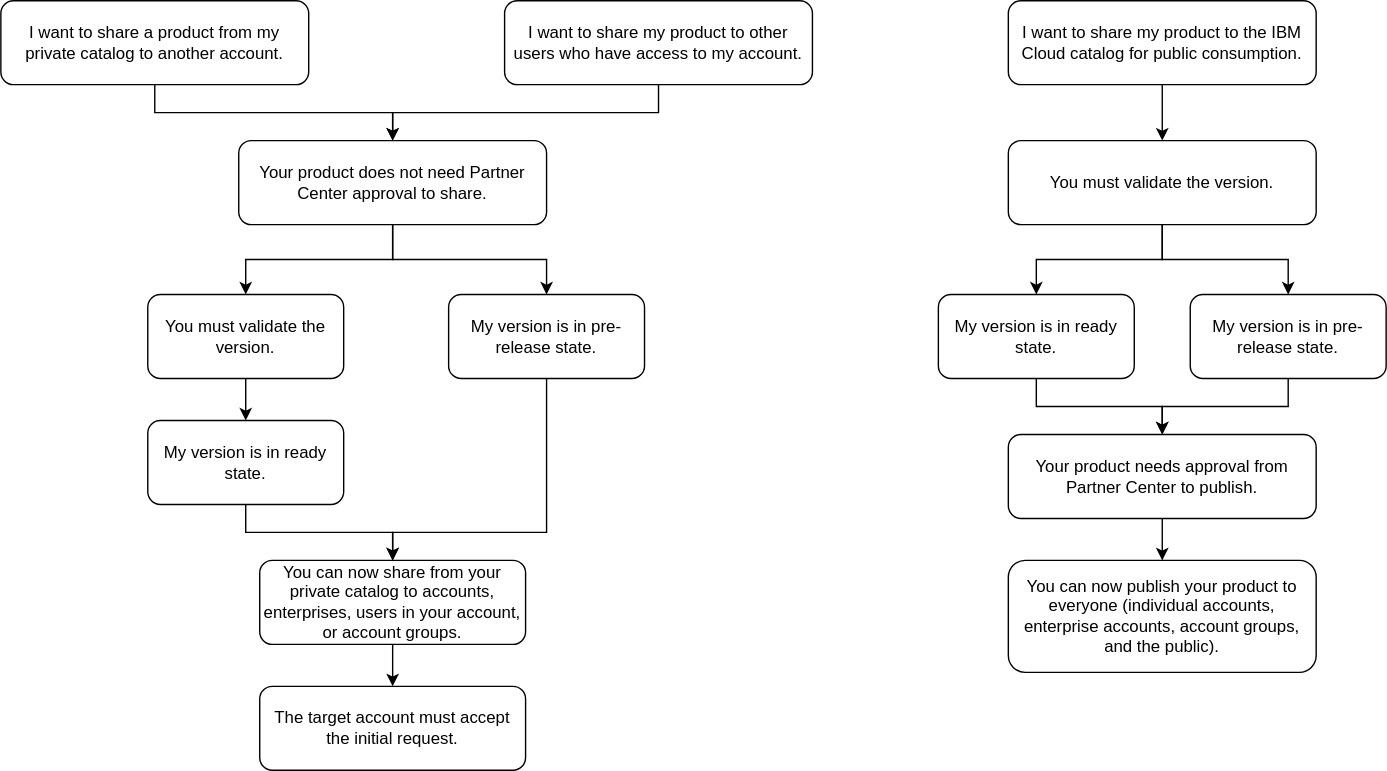
Earlier version of the draw.io export images/share-product-private-catalog.svg (ibm-cloud-docs/account). Source tidied: cells renumbered, new cells last; positions are measured from the earlier drawing's top-left corner, leaving out a move shared by most shapes. Its diagram source:
```xml
<mxGraphModel>
  <root>
    <mxCell id="0" />
    <mxCell id="1" parent="0" />
    <mxCell id="2" style="edgeStyle=orthogonalEdgeStyle;rounded=0;jettySize=auto;html=1;exitX=0.5;exitY=1;exitDx=0;exitDy=0;entryX=0.5;entryY=0;entryDx=0;entryDy=0;" parent="1" edge="1" source="3" target="24">
      <mxGeometry relative="1" as="geometry" />
    </mxCell>
    <mxCell id="3" value="Your product needs approval from Partner Center to publish." style="rounded=1;whiteSpace=wrap;html=1;fontSize=12;glass=0;strokeWidth=1;shadow=0;" parent="1" vertex="1">
      <mxGeometry x="720" y="310" width="220" height="60" as="geometry" />
    </mxCell>
    <mxCell id="4" style="edgeStyle=orthogonalEdgeStyle;rounded=0;jettySize=auto;html=1;exitX=0.5;exitY=1;exitDx=0;exitDy=0;entryX=0.5;entryY=0;entryDx=0;entryDy=0;" parent="1" edge="1" source="5" target="8">
      <mxGeometry relative="1" as="geometry" />
    </mxCell>
    <mxCell id="5" value="I want to share a product from my private catalog to another account." style="rounded=1;whiteSpace=wrap;html=1;fontSize=12;glass=0;strokeWidth=1;shadow=0;" parent="1" vertex="1">
      <mxGeometry width="220" height="60" as="geometry" />
    </mxCell>
    <mxCell id="6" style="edgeStyle=orthogonalEdgeStyle;rounded=0;jettySize=auto;html=1;exitX=0.5;exitY=1;exitDx=0;exitDy=0;entryX=0.5;entryY=0;entryDx=0;entryDy=0;" parent="1" edge="1" source="8" target="14">
      <mxGeometry relative="1" as="geometry" />
    </mxCell>
    <mxCell id="7" style="edgeStyle=orthogonalEdgeStyle;rounded=0;jettySize=auto;html=1;exitX=0.5;exitY=1;exitDx=0;exitDy=0;entryX=0.5;entryY=0;entryDx=0;entryDy=0;" parent="1" edge="1" source="8" target="16">
      <mxGeometry relative="1" as="geometry" />
    </mxCell>
    <mxCell id="8" value="Your product does not need Partner Center approval to share." style="rounded=1;whiteSpace=wrap;html=1;fontSize=12;glass=0;strokeWidth=1;shadow=0;" parent="1" vertex="1">
      <mxGeometry x="170" y="100" width="220" height="60" as="geometry" />
    </mxCell>
    <mxCell id="9" style="edgeStyle=orthogonalEdgeStyle;rounded=0;jettySize=auto;html=1;exitX=0.5;exitY=1;exitDx=0;exitDy=0;entryX=0.5;entryY=0;entryDx=0;entryDy=0;" parent="1" edge="1" source="10" target="29">
      <mxGeometry relative="1" as="geometry" />
    </mxCell>
    <mxCell id="10" value="You can now share from your private catalog to accounts, enterprises, users in your account, or account groups." style="rounded=1;whiteSpace=wrap;html=1;fontSize=12;glass=0;strokeWidth=1;shadow=0;" parent="1" vertex="1">
      <mxGeometry x="185" y="400" width="190" height="60" as="geometry" />
    </mxCell>
    <mxCell id="11" style="edgeStyle=orthogonalEdgeStyle;rounded=0;jettySize=auto;html=1;exitX=0.5;exitY=1;exitDx=0;exitDy=0;entryX=0.5;entryY=0;entryDx=0;entryDy=0;" parent="1" edge="1" source="12" target="19">
      <mxGeometry relative="1" as="geometry" />
    </mxCell>
    <mxCell id="12" value="I want to share my product to the IBM Cloud catalog for public consumption." style="rounded=1;whiteSpace=wrap;html=1;fontSize=12;glass=0;strokeWidth=1;shadow=0;" parent="1" vertex="1">
      <mxGeometry x="720" width="220" height="60" as="geometry" />
    </mxCell>
    <mxCell id="13" style="edgeStyle=orthogonalEdgeStyle;rounded=0;jettySize=auto;html=1;exitX=0.5;exitY=1;exitDx=0;exitDy=0;" parent="1" edge="1" source="14" target="23">
      <mxGeometry relative="1" as="geometry" />
    </mxCell>
    <mxCell id="14" value="You must validate the version." style="rounded=1;whiteSpace=wrap;html=1;fontSize=12;glass=0;strokeWidth=1;shadow=0;" parent="1" vertex="1">
      <mxGeometry x="105" y="210" width="140" height="60" as="geometry" />
    </mxCell>
    <mxCell id="15" style="edgeStyle=orthogonalEdgeStyle;rounded=0;jettySize=auto;html=1;exitX=0.5;exitY=1;exitDx=0;exitDy=0;entryX=0.5;entryY=0;entryDx=0;entryDy=0;" parent="1" edge="1" source="16" target="10">
      <mxGeometry relative="1" as="geometry">
        <Array as="points">
          <mxPoint x="390" y="380" />
          <mxPoint x="280" y="380" />
        </Array>
      </mxGeometry>
    </mxCell>
    <mxCell id="16" value="My version is in pre-release state." style="rounded=1;whiteSpace=wrap;html=1;fontSize=12;glass=0;strokeWidth=1;shadow=0;" parent="1" vertex="1">
      <mxGeometry x="320" y="210" width="140" height="60" as="geometry" />
    </mxCell>
    <mxCell id="17" style="edgeStyle=orthogonalEdgeStyle;rounded=0;jettySize=auto;html=1;exitX=0.5;exitY=1;exitDx=0;exitDy=0;entryX=0.5;entryY=0;entryDx=0;entryDy=0;" parent="1" edge="1" source="19" target="26">
      <mxGeometry relative="1" as="geometry" />
    </mxCell>
    <mxCell id="18" style="edgeStyle=orthogonalEdgeStyle;rounded=0;jettySize=auto;html=1;exitX=0.5;exitY=1;exitDx=0;exitDy=0;entryX=0.5;entryY=0;entryDx=0;entryDy=0;" parent="1" edge="1" source="19" target="28">
      <mxGeometry relative="1" as="geometry" />
    </mxCell>
    <mxCell id="19" value="You must validate the version." style="rounded=1;whiteSpace=wrap;html=1;fontSize=12;glass=0;strokeWidth=1;shadow=0;" parent="1" vertex="1">
      <mxGeometry x="720" y="100" width="220" height="60" as="geometry" />
    </mxCell>
    <mxCell id="20" style="edgeStyle=orthogonalEdgeStyle;rounded=0;jettySize=auto;html=1;exitX=0.5;exitY=1;exitDx=0;exitDy=0;entryX=0.5;entryY=0;entryDx=0;entryDy=0;" parent="1" edge="1" source="21" target="8">
      <mxGeometry relative="1" as="geometry" />
    </mxCell>
    <mxCell id="21" value="I want to share my product to other users who have access to my account." style="rounded=1;whiteSpace=wrap;html=1;fontSize=12;glass=0;strokeWidth=1;shadow=0;" parent="1" vertex="1">
      <mxGeometry x="360" width="220" height="60" as="geometry" />
    </mxCell>
    <mxCell id="22" style="edgeStyle=orthogonalEdgeStyle;rounded=0;jettySize=auto;html=1;exitX=0.5;exitY=1;exitDx=0;exitDy=0;entryX=0.5;entryY=0;entryDx=0;entryDy=0;" parent="1" edge="1" source="23" target="10">
      <mxGeometry relative="1" as="geometry" />
    </mxCell>
    <mxCell id="23" value="My version is in ready state." style="rounded=1;whiteSpace=wrap;html=1;fontSize=12;glass=0;strokeWidth=1;shadow=0;" parent="1" vertex="1">
      <mxGeometry x="105" y="300" width="140" height="60" as="geometry" />
    </mxCell>
    <mxCell id="24" value="You can now publish your product to everyone (individual accounts, enterprise accounts, account groups, and the public)." style="rounded=1;whiteSpace=wrap;html=1;fontSize=12;glass=0;strokeWidth=1;shadow=0;" parent="1" vertex="1">
      <mxGeometry x="720" y="400" width="220" height="80" as="geometry" />
    </mxCell>
    <mxCell id="25" style="edgeStyle=orthogonalEdgeStyle;rounded=0;jettySize=auto;html=1;exitX=0.5;exitY=1;exitDx=0;exitDy=0;entryX=0.5;entryY=0;entryDx=0;entryDy=0;" parent="1" edge="1" source="26" target="3">
      <mxGeometry relative="1" as="geometry" />
    </mxCell>
    <mxCell id="26" value="My version is in ready state." style="rounded=1;whiteSpace=wrap;html=1;fontSize=12;glass=0;strokeWidth=1;shadow=0;" parent="1" vertex="1">
      <mxGeometry x="670" y="210" width="140" height="60" as="geometry" />
    </mxCell>
    <mxCell id="27" style="edgeStyle=orthogonalEdgeStyle;rounded=0;jettySize=auto;html=1;exitX=0.5;exitY=1;exitDx=0;exitDy=0;entryX=0.5;entryY=0;entryDx=0;entryDy=0;" parent="1" edge="1" source="28" target="3">
      <mxGeometry relative="1" as="geometry" />
    </mxCell>
    <mxCell id="28" value="My version is in pre-release state." style="rounded=1;whiteSpace=wrap;html=1;fontSize=12;glass=0;strokeWidth=1;shadow=0;" parent="1" vertex="1">
      <mxGeometry x="850" y="210" width="140" height="60" as="geometry" />
    </mxCell>
    <mxCell id="29" value="The target account must accept the initial request." style="rounded=1;whiteSpace=wrap;html=1;fontSize=12;glass=0;strokeWidth=1;shadow=0;" parent="1" vertex="1">
      <mxGeometry x="185" y="490" width="190" height="60" as="geometry" />
    </mxCell>
  </root>
</mxGraphModel>
```
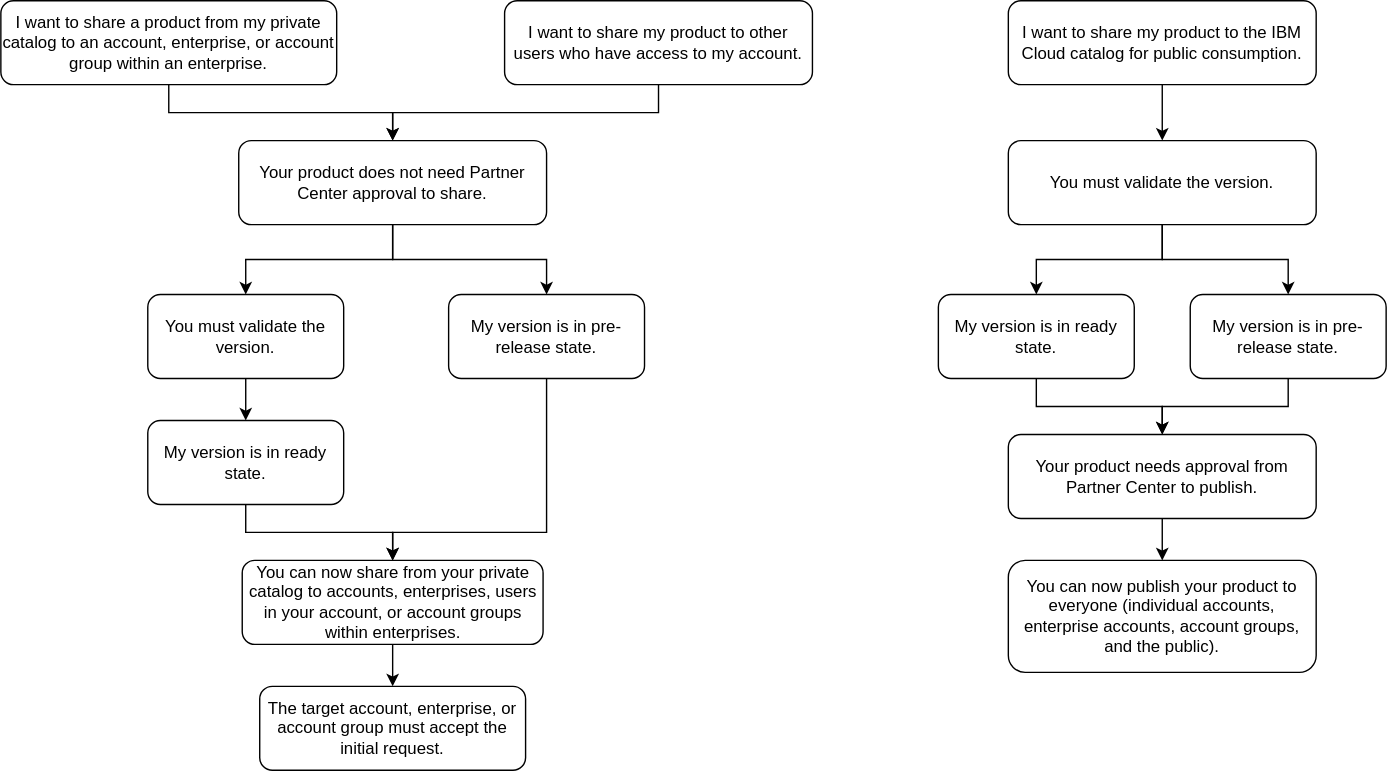
After the change.

What changed in the source:
```diff
@@ -11,8 +11,8 @@
     <mxCell id="4" style="edgeStyle=orthogonalEdgeStyle;rounded=0;jettySize=auto;html=1;exitX=0.5;exitY=1;exitDx=0;exitDy=0;entryX=0.5;entryY=0;entryDx=0;entryDy=0;" parent="1" edge="1" source="5" target="8">
       <mxGeometry relative="1" as="geometry" />
     </mxCell>
-    <mxCell id="5" value="I want to share a product from my private catalog to another account." style="rounded=1;whiteSpace=wrap;html=1;fontSize=12;glass=0;strokeWidth=1;shadow=0;" parent="1" vertex="1">
-      <mxGeometry width="220" height="60" as="geometry" />
+    <mxCell id="5" value="I want to share a product from my private catalog to an account, enterprise, or account group within an enterprise." style="rounded=1;whiteSpace=wrap;html=1;fontSize=12;glass=0;strokeWidth=1;shadow=0;" parent="1" vertex="1">
+      <mxGeometry width="240" height="60" as="geometry" />
     </mxCell>
     <mxCell id="6" style="edgeStyle=orthogonalEdgeStyle;rounded=0;jettySize=auto;html=1;exitX=0.5;exitY=1;exitDx=0;exitDy=0;entryX=0.5;entryY=0;entryDx=0;entryDy=0;" parent="1" edge="1" source="8" target="14">
       <mxGeometry relative="1" as="geometry" />
@@ -26,8 +26,8 @@
     <mxCell id="9" style="edgeStyle=orthogonalEdgeStyle;rounded=0;jettySize=auto;html=1;exitX=0.5;exitY=1;exitDx=0;exitDy=0;entryX=0.5;entryY=0;entryDx=0;entryDy=0;" parent="1" edge="1" source="10" target="29">
       <mxGeometry relative="1" as="geometry" />
     </mxCell>
-    <mxCell id="10" value="You can now share from your private catalog to accounts, enterprises, users in your account, or account groups." style="rounded=1;whiteSpace=wrap;html=1;fontSize=12;glass=0;strokeWidth=1;shadow=0;" parent="1" vertex="1">
-      <mxGeometry x="185" y="400" width="190" height="60" as="geometry" />
+    <mxCell id="10" value="You can now share from your private catalog to accounts, enterprises, users in your account, or account groups within enterprises." style="rounded=1;whiteSpace=wrap;html=1;fontSize=12;glass=0;strokeWidth=1;shadow=0;" parent="1" vertex="1">
+      <mxGeometry x="172.5" y="400" width="215" height="60" as="geometry" />
     </mxCell>
     <mxCell id="11" style="edgeStyle=orthogonalEdgeStyle;rounded=0;jettySize=auto;html=1;exitX=0.5;exitY=1;exitDx=0;exitDy=0;entryX=0.5;entryY=0;entryDx=0;entryDy=0;" parent="1" edge="1" source="12" target="19">
       <mxGeometry relative="1" as="geometry" />
@@ -68,7 +68,12 @@
       <mxGeometry x="360" width="220" height="60" as="geometry" />
     </mxCell>
     <mxCell id="22" style="edgeStyle=orthogonalEdgeStyle;rounded=0;jettySize=auto;html=1;exitX=0.5;exitY=1;exitDx=0;exitDy=0;entryX=0.5;entryY=0;entryDx=0;entryDy=0;" parent="1" edge="1" source="23" target="10">
-      <mxGeometry relative="1" as="geometry" />
+      <mxGeometry relative="1" as="geometry">
+        <Array as="points">
+          <mxPoint x="175" y="380" />
+          <mxPoint x="280" y="380" />
+        </Array>
+      </mxGeometry>
     </mxCell>
     <mxCell id="23" value="My version is in ready state." style="rounded=1;whiteSpace=wrap;html=1;fontSize=12;glass=0;strokeWidth=1;shadow=0;" parent="1" vertex="1">
       <mxGeometry x="105" y="300" width="140" height="60" as="geometry" />
@@ -88,7 +93,7 @@
     <mxCell id="28" value="My version is in pre-release state." style="rounded=1;whiteSpace=wrap;html=1;fontSize=12;glass=0;strokeWidth=1;shadow=0;" parent="1" vertex="1">
       <mxGeometry x="850" y="210" width="140" height="60" as="geometry" />
     </mxCell>
-    <mxCell id="29" value="The target account must accept the initial request." style="rounded=1;whiteSpace=wrap;html=1;fontSize=12;glass=0;strokeWidth=1;shadow=0;" parent="1" vertex="1">
+    <mxCell id="29" value="The target account, enterprise, or account group must accept the initial request." style="rounded=1;whiteSpace=wrap;html=1;fontSize=12;glass=0;strokeWidth=1;shadow=0;" parent="1" vertex="1">
       <mxGeometry x="185" y="490" width="190" height="60" as="geometry" />
     </mxCell>
   </root>
```
